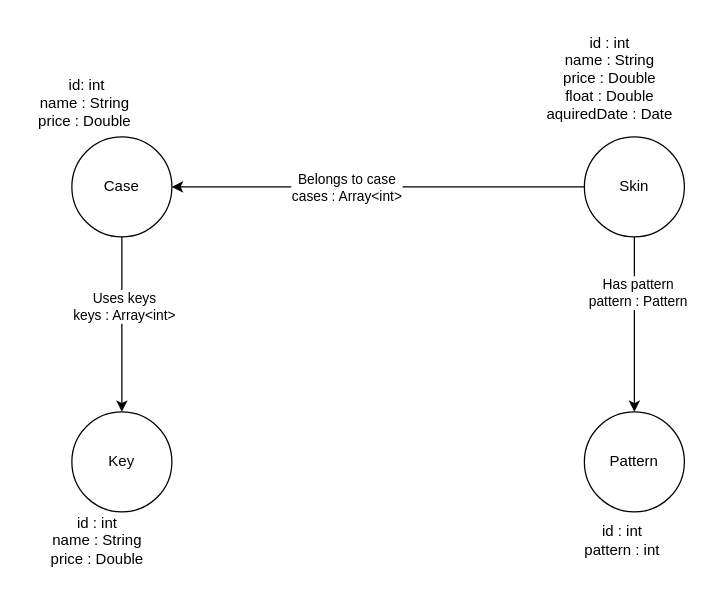
oscar-doell/m165 keeps this draw.io diagram as neo4j.drawio. Above is the earlier version. Source tidied: cells renumbered, new cells numbered last; positions are measured from the earlier drawing's top-left corner, leaving out a move shared by most shapes. Both pictures are drawn from the tidied source at 125%, with x=0, y=0 at pixel (21, 21).
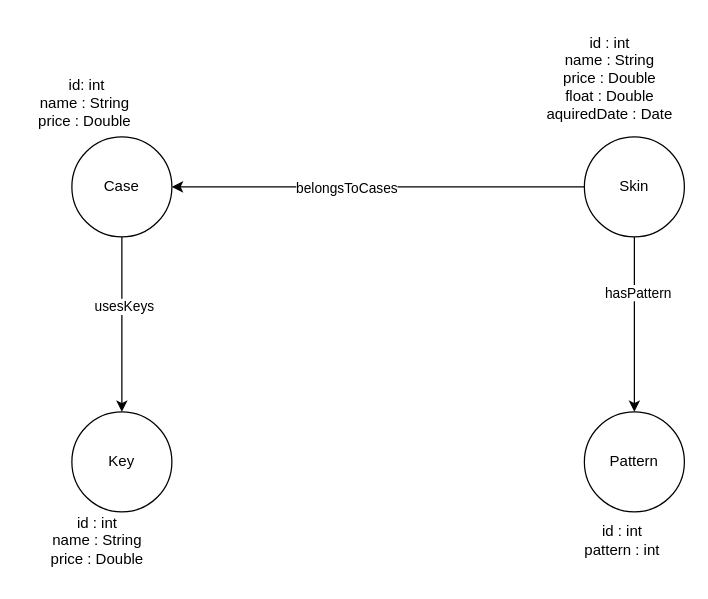
Above is the later version.

The edit, as a diff of the source:
```diff
@@
 <mxGraphModel>
   <root>
     <mxCell id="0" />
     <mxCell id="1" parent="0" />
     <mxCell id="2" value="Case" style="ellipse;whiteSpace=wrap;html=1;" parent="1" vertex="1">
       <mxGeometry x="40" y="92" width="80" height="80" as="geometry" />
     </mxCell>
     <mxCell id="3" value="Skin" style="ellipse;whiteSpace=wrap;html=1;" parent="1" vertex="1">
       <mxGeometry x="450" y="92" width="80" height="80" as="geometry" />
     </mxCell>
     <mxCell id="4" value="Key" style="ellipse;whiteSpace=wrap;html=1;" parent="1" vertex="1">
       <mxGeometry x="40" y="312" width="80" height="80" as="geometry" />
     </mxCell>
     <mxCell id="5" value="Pattern" style="ellipse;whiteSpace=wrap;html=1;" parent="1" vertex="1">
       <mxGeometry x="450" y="312" width="80" height="80" as="geometry" />
     </mxCell>
     <mxCell id="6" style="endArrow=classic;html=1;rounded=0;entryX=1;entryY=0.5;entryDx=0;entryDy=0;exitX=0;exitY=0.5;exitDx=0;exitDy=0;strokeColor=default;strokeWidth=1;startArrow=none;startFill=0;endFill=1;" parent="1" edge="1" source="3" target="2">
       <mxGeometry relative="1" as="geometry" />
     </mxCell>
-    <mxCell id="7" value="Belongs to case&lt;div&gt;cases : Array&amp;lt;int&amp;gt;&lt;/div&gt;" style="edgeLabel;html=1;align=center;verticalAlign=middle;" parent="6" vertex="1">
+    <mxCell id="7" value="belongsToCases" style="edgeLabel;html=1;align=center;verticalAlign=middle;" parent="6" vertex="1">
       <mxGeometry x="0.16" relative="1" as="geometry" />
     </mxCell>
     <mxCell id="8" style="endArrow=none;html=1;rounded=0;entryX=0.5;entryY=1;entryDx=0;entryDy=0;exitX=0.5;exitY=0;exitDx=0;exitDy=0;endFill=0;startArrow=classic;startFill=1;" parent="1" edge="1" source="5" target="3">
       <mxGeometry relative="1" as="geometry" />
     </mxCell>
-    <mxCell id="9" value="Has pattern&lt;div&gt;pattern : Pattern&lt;/div&gt;" style="edgeLabel;html=1;align=center;verticalAlign=middle;" parent="8" vertex="1">
+    <mxCell id="9" value="hasPattern" style="edgeLabel;html=1;align=center;verticalAlign=middle;" parent="8" vertex="1">
       <mxGeometry x="0.37" y="-2" relative="1" as="geometry" />
     </mxCell>
     <mxCell id="10" style="endArrow=none;html=1;rounded=0;entryX=0.5;entryY=1;entryDx=0;entryDy=0;exitX=0.5;exitY=0;exitDx=0;exitDy=0;startArrow=classic;startFill=1;" parent="1" edge="1" source="4" target="2">
       <mxGeometry relative="1" as="geometry" />
     </mxCell>
-    <mxCell id="11" value="Uses keys&lt;div&gt;keys : Array&amp;lt;int&amp;gt;&lt;/div&gt;" style="edgeLabel;html=1;align=center;verticalAlign=middle;" parent="10" vertex="1">
+    <mxCell id="11" value="usesKeys" style="edgeLabel;html=1;align=center;verticalAlign=middle;" parent="10" vertex="1">
       <mxGeometry x="0.21" y="-1" relative="1" as="geometry" />
     </mxCell>
     <mxCell id="12" value="&amp;nbsp;id: int&lt;div&gt;name : String&lt;br&gt;price : Double&lt;/div&gt;" style="text;html=1;align=center;verticalAlign=middle;strokeColor=none;fillColor=none;" parent="1" vertex="1">
       <mxGeometry y="35" width="100" height="60" as="geometry" />
     </mxCell>
     <mxCell id="13" value="id : int&lt;div&gt;name : String&lt;/div&gt;&lt;div&gt;price : Double&lt;/div&gt;&lt;div&gt;float : Double&lt;/div&gt;&lt;div&gt;aquiredDate : Date&lt;/div&gt;" style="text;html=1;align=center;verticalAlign=middle;strokeColor=none;fillColor=none;" parent="1" vertex="1">
       <mxGeometry x="410" width="120" height="90" as="geometry" />
     </mxCell>
     <mxCell id="14" value="id : int&lt;div&gt;name : String&lt;/div&gt;&lt;div&gt;price : Double&lt;/div&gt;" style="text;html=1;align=center;verticalAlign=middle;strokeColor=none;fillColor=none;" parent="1" vertex="1">
       <mxGeometry x="10" y="385" width="100" height="60" as="geometry" />
     </mxCell>
     <mxCell id="15" value="id : int&lt;div&gt;pattern : int&lt;/div&gt;" style="text;html=1;align=center;verticalAlign=middle;strokeColor=none;fillColor=none;" parent="1" vertex="1">
       <mxGeometry x="440" y="395" width="80" height="40" as="geometry" />
     </mxCell>
   </root>
 </mxGraphModel>
```
